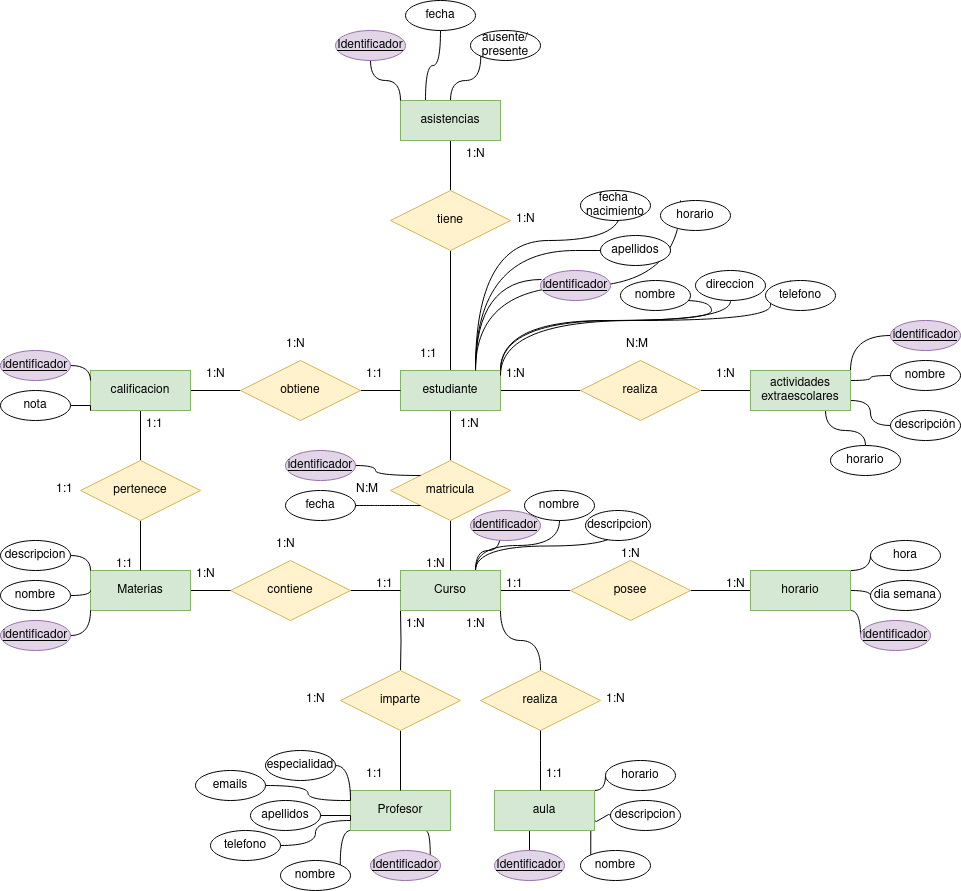
jdrguez/2-Daw keeps this draw.io diagram as Unidad-1/Tareas/Tarea-8/tarea8.drawio.png. Above is the earlier version. Source tidied: cells renumbered, new cells last; positions are measured from the earlier drawing's top-left corner, leaving out a move shared by most shapes.
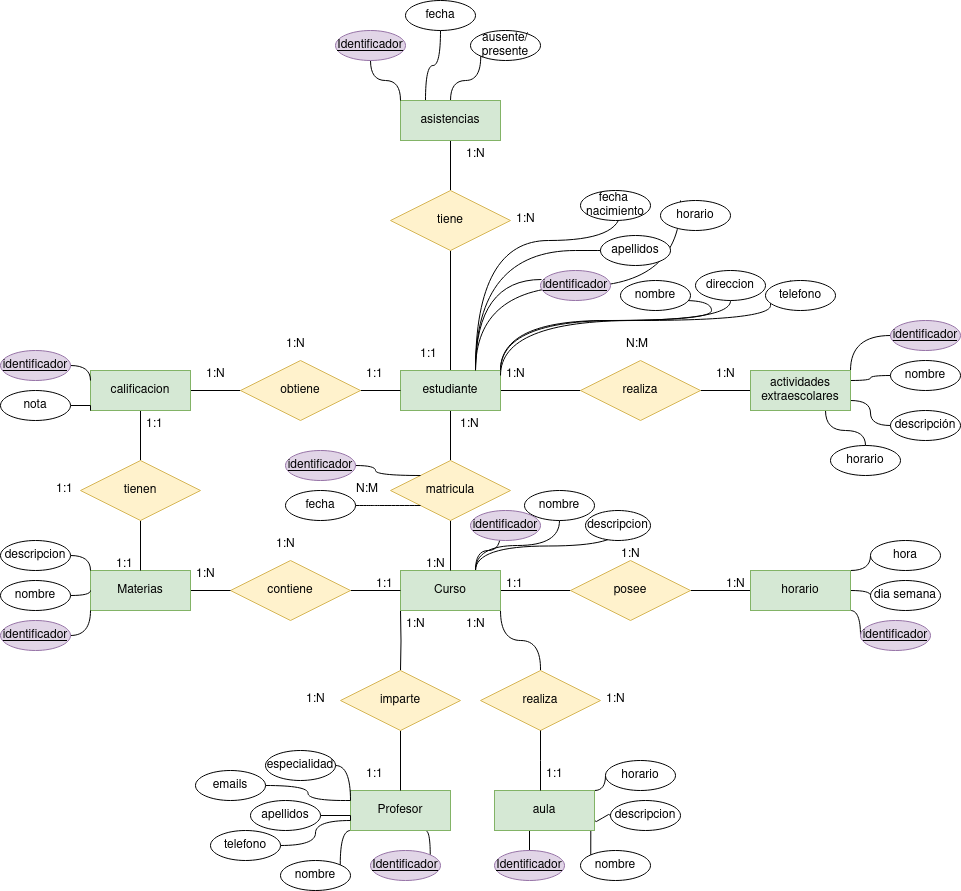
Above is the later version.

What changed in the source:
```diff
@@ -336,7 +336,7 @@
     <mxCell id="98" style="edgeStyle=orthogonalEdgeStyle;rounded=0;jettySize=auto;html=1;exitX=0.5;exitY=1;exitDx=0;exitDy=0;entryX=0.5;entryY=0;entryDx=0;entryDy=0;endArrow=none;endFill=0;" parent="1" edge="1" source="99" target="34">
       <mxGeometry relative="1" as="geometry" />
     </mxCell>
-    <mxCell id="99" value="pertenece" style="shape=rhombus;perimeter=rhombusPerimeter;whiteSpace=wrap;html=1;align=center;fillColor=#fff2cc;strokeColor=#d6b656;" parent="1" vertex="1">
+    <mxCell id="99" value="tienen" style="shape=rhombus;perimeter=rhombusPerimeter;whiteSpace=wrap;html=1;align=center;fillColor=#fff2cc;strokeColor=#d6b656;" parent="1" vertex="1">
       <mxGeometry x="80" y="460" width="120" height="60" as="geometry" />
     </mxCell>
     <mxCell id="100" style="edgeStyle=orthogonalEdgeStyle;rounded=0;jettySize=auto;html=1;exitX=1;exitY=0.5;exitDx=0;exitDy=0;entryX=0;entryY=0.25;entryDx=0;entryDy=0;endArrow=none;endFill=0;curved=1;" parent="1" edge="1" source="101" target="59">
```
